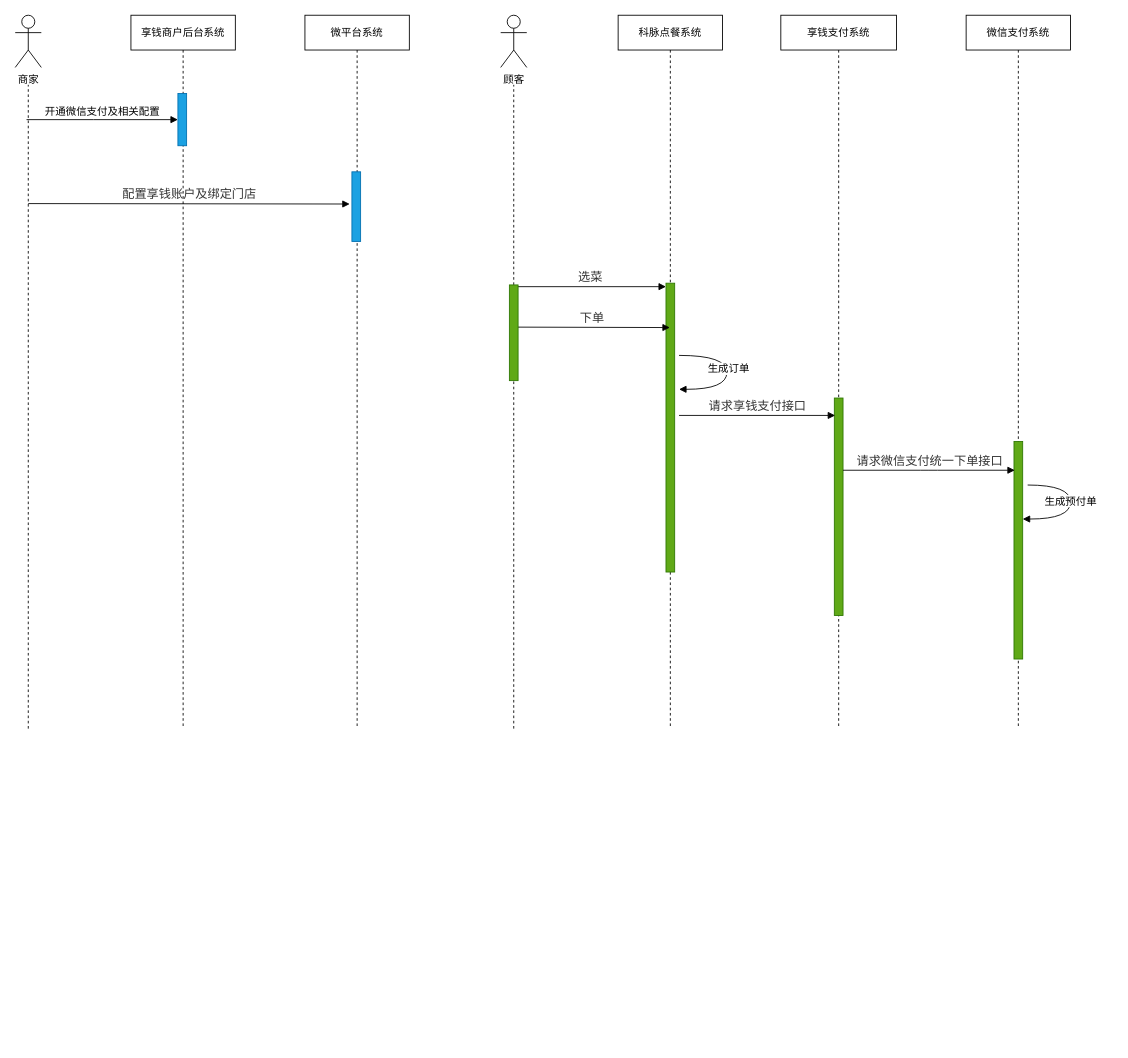
Above: Kemai/享钱支付顺序图.drawio in noobwu/diagrams (draw.io), before the change. Source tidied: cells renumbered, new cells numbered last; positions are measured from the earlier drawing's top-left corner, leaving out a move shared by most shapes. Both pictures are drawn from the tidied source at 87%, with x=0, y=0 at pixel (15, 15).
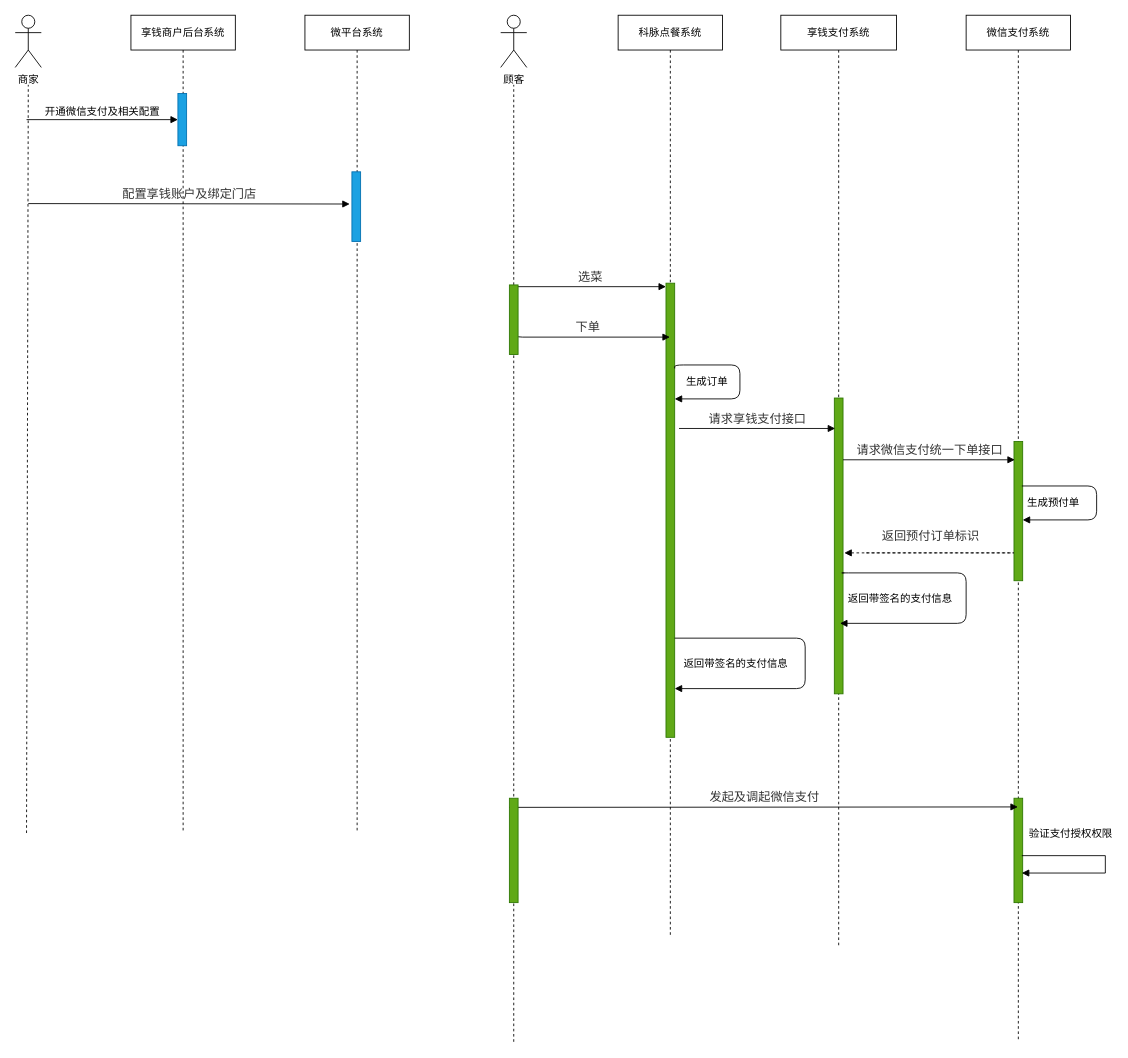
Above is the later version.

Commit message (it also covers changes not shown here):
更新享钱支付顺序图.drawio

Diff of the diagram source:
```diff
@@
     <mxCell id="4" value="科脉点餐系统" style="shape=umlLifeline;perimeter=lifelinePerimeter;whiteSpace=wrap;html=1;outlineConnect=0;" parent="1" vertex="1">
-      <mxGeometry x="693" width="120" height="820" as="geometry" />
+      <mxGeometry x="693" width="120" height="1060" as="geometry" />
     </mxCell>
     <mxCell id="5" style="html=1;points=[];perimeter=orthogonalPerimeter;fillColor=#60a917;strokeColor=#2D7600;fontColor=#ffffff;" parent="4" vertex="1">
-      <mxGeometry x="55" y="308" width="10" height="332" as="geometry" />
+      <mxGeometry x="55" y="308" width="10" height="522" as="geometry" />
     </mxCell>
+    <mxCell id="26" value="返回带签名的支付信息" style="html=1;verticalAlign=bottom;endArrow=block;labelBackgroundColor=#ffffff;fontFamily=Verdana;fontSize=12;elbow=vertical;edgeStyle=orthogonalEdgeStyle;rounded=1;" parent="4" edge="1">
+      <mxGeometry x="0.61" y="-19" relative="1" as="geometry">
+        <mxPoint x="65" y="716" as="sourcePoint" />
+        <mxPoint x="65" y="774" as="targetPoint" />
+        <Array as="points">
+          <mxPoint x="65" y="716" />
+          <mxPoint x="215" y="716" />
+          <mxPoint x="215" y="774" />
+        </Array>
+      </mxGeometry>
+    </mxCell>
+    <mxCell id="27" value="&amp;nbsp;生成订单" style="html=1;verticalAlign=bottom;endArrow=block;labelBackgroundColor=#ffffff;fontFamily=Verdana;fontSize=12;elbow=vertical;edgeStyle=orthogonalEdgeStyle;exitX=1;exitY=0.205;exitDx=0;exitDy=0;exitPerimeter=0;entryX=1;entryY=0.272;entryDx=0;entryDy=0;entryPerimeter=0;rounded=1;" parent="4" edge="1">
+      <mxGeometry x="0.64" y="-11" relative="1" as="geometry">
+        <mxPoint x="65" y="406" as="sourcePoint" />
+        <mxPoint x="65" y="441" as="targetPoint" />
+        <Array as="points">
+          <mxPoint x="65" y="402" />
+          <mxPoint x="140" y="402" />
+          <mxPoint x="140" y="441" />
+        </Array>
+      </mxGeometry>
+    </mxCell>
     <mxCell id="6" value="微平台系统" style="shape=umlLifeline;perimeter=lifelinePerimeter;whiteSpace=wrap;html=1;" parent="1" vertex="1">
-      <mxGeometry x="333" width="120" height="820" as="geometry" />
+      <mxGeometry x="333" width="120" height="940" as="geometry" />
     </mxCell>
@@
     <mxCell id="8" value="享钱商户后台系统" style="shape=umlLifeline;perimeter=lifelinePerimeter;whiteSpace=wrap;html=1;" parent="1" vertex="1">
-      <mxGeometry x="133" width="120" height="820" as="geometry" />
+      <mxGeometry x="133" width="120" height="940" as="geometry" />
     </mxCell>
@@
     <mxCell id="10" style="endArrow=none;dashed=1;html=1;" parent="1" edge="1">
       <mxGeometry relative="1" as="geometry">
-        <mxPoint x="15" y="820" as="sourcePoint" />
+        <mxPoint x="13" y="940" as="sourcePoint" />
         <mxPoint x="15" y="80" as="targetPoint" />
       </mxGeometry>
     </mxCell>
@@
     <mxCell id="15" value="&lt;div style=&quot;text-align: left&quot;&gt;&lt;font color=&quot;#333333&quot;&gt;&lt;span style=&quot;font-size: 14px&quot;&gt;下单&lt;/span&gt;&lt;/font&gt;&lt;/div&gt;" style="html=1;verticalAlign=bottom;endArrow=block;labelBackgroundColor=none;fontFamily=Verdana;fontSize=12;edgeStyle=elbowEdgeStyle;elbow=vertical;" parent="1" edge="1" target="4">
       <mxGeometry relative="1" as="geometry">
         <mxPoint x="573" y="358.5" as="sourcePoint" />
+        <Array as="points">
+          <mxPoint x="653" y="370" />
+        </Array>
       </mxGeometry>
     </mxCell>
     <mxCell id="16" style="html=1;points=[];perimeter=orthogonalPerimeter;fillColor=#60a917;strokeColor=#2D7600;fontColor=#ffffff;" parent="1" vertex="1">
-      <mxGeometry x="568" y="310" width="10" height="110" as="geometry" />
+      <mxGeometry x="568" y="310" width="10" height="80" as="geometry" />
     </mxCell>
     <mxCell id="17" style="endArrow=none;dashed=1;html=1;" parent="1" edge="1" target="16">
       <mxGeometry relative="1" as="geometry">
-        <mxPoint x="573" y="820" as="sourcePoint" />
+        <mxPoint x="573" y="1180" as="sourcePoint" />
       </mxGeometry>
     </mxCell>
     <mxCell id="18" value="微信支付系统" style="shape=umlLifeline;perimeter=lifelinePerimeter;whiteSpace=wrap;html=1;outlineConnect=0;" parent="1" vertex="1">
-      <mxGeometry x="1093" width="120" height="820" as="geometry" />
+      <mxGeometry x="1093" width="120" height="1180" as="geometry" />
     </mxCell>
     <mxCell id="19" style="html=1;points=[];perimeter=orthogonalPerimeter;fillColor=#60a917;strokeColor=#2D7600;fontColor=#ffffff;" parent="18" vertex="1">
-      <mxGeometry x="55" y="490" width="10" height="250" as="geometry" />
+      <mxGeometry x="55" y="490" width="10" height="160" as="geometry" />
     </mxCell>
+    <mxCell id="28" style="html=1;perimeter=orthogonalPerimeter;fillColor=#60a917;strokeColor=#2D7600;fontColor=#ffffff;" parent="18" vertex="1">
+      <mxGeometry x="55" y="900" width="10" height="120" as="geometry" />
+    </mxCell>
+    <mxCell id="29" value="验证支付授权权限" style="html=1;verticalAlign=bottom;endArrow=block;labelBackgroundColor=#ffffff;fontFamily=Verdana;fontSize=12;elbow=vertical;edgeStyle=orthogonalEdgeStyle;rounded=0;" parent="18" edge="1">
+      <mxGeometry x="-0.47" y="16" relative="1" as="geometry">
+        <mxPoint x="64" y="966" as="sourcePoint" />
+        <mxPoint x="64" y="986" as="targetPoint" />
+        <Array as="points">
+          <mxPoint x="160" y="966" />
+          <mxPoint x="160" y="986" />
+        </Array>
+      </mxGeometry>
+    </mxCell>
     <mxCell id="20" value="享钱支付系统" style="shape=umlLifeline;perimeter=lifelinePerimeter;whiteSpace=wrap;html=1;" parent="1" vertex="1">
-      <mxGeometry x="880" width="133" height="820" as="geometry" />
+      <mxGeometry x="880" width="133" height="1070" as="geometry" />
     </mxCell>
     <mxCell id="21" style="html=1;points=[];perimeter=orthogonalPerimeter;fillColor=#60a917;strokeColor=#2D7600;fontColor=#ffffff;" parent="20" vertex="1">
-      <mxGeometry x="61.5" y="440" width="10" height="250" as="geometry" />
+      <mxGeometry x="61.5" y="440" width="10" height="340" as="geometry" />
     </mxCell>
-    <mxCell id="22" value="生成预付单" style="html=1;verticalAlign=bottom;endArrow=block;labelBackgroundColor=#ffffff;fontFamily=Verdana;fontSize=12;elbow=vertical;edgeStyle=orthogonalEdgeStyle;curved=1;exitX=1.066;exitY=0.713;exitPerimeter=0;" parent="1" edge="1">
-      <mxGeometry x="0.07" relative="1" as="geometry">
-        <mxPoint x="1163.7" y="540" as="sourcePoint" />
-        <mxPoint x="1158" y="579.1" as="targetPoint" />
+    <mxCell id="22" value="生成预付单" style="html=1;verticalAlign=bottom;endArrow=block;labelBackgroundColor=#ffffff;fontFamily=Verdana;fontSize=12;elbow=vertical;edgeStyle=orthogonalEdgeStyle;exitX=0.9;exitY=0.313;exitPerimeter=0;rounded=1;exitDx=0;exitDy=0;" parent="1" edge="1">
+      <mxGeometry x="0.67" y="-10" relative="1" as="geometry">
+        <mxPoint x="1157" y="541.1" as="sourcePoint" />
+        <mxPoint x="1158" y="580.1" as="targetPoint" />
         <Array as="points">
-          <mxPoint x="1213" y="540.1" />
-          <mxPoint x="1213" y="579.1" />
+          <mxPoint x="1243" y="541" />
+          <mxPoint x="1243" y="580" />
         </Array>
       </mxGeometry>
     </mxCell>
     <mxCell id="23" value="&lt;div style=&quot;text-align: left&quot;&gt;&lt;font color=&quot;#333333&quot;&gt;&lt;span style=&quot;font-size: 14px&quot;&gt;请求享钱支付接口&lt;/span&gt;&lt;/font&gt;&lt;/div&gt;" style="html=1;verticalAlign=bottom;endArrow=block;labelBackgroundColor=none;fontFamily=Verdana;fontSize=12;edgeStyle=elbowEdgeStyle;elbow=vertical;" parent="1" edge="1">
       <mxGeometry relative="1" as="geometry">
-        <mxPoint x="763" y="460" as="sourcePoint" />
-        <mxPoint x="942.5" y="460.5" as="targetPoint" />
+        <mxPoint x="763" y="475" as="sourcePoint" />
+        <mxPoint x="942.5" y="475.5" as="targetPoint" />
       </mxGeometry>
     </mxCell>
@@
-    <mxCell id="25" value="&amp;nbsp;生成订单" style="html=1;verticalAlign=bottom;endArrow=block;labelBackgroundColor=#ffffff;fontFamily=Verdana;fontSize=12;elbow=vertical;edgeStyle=orthogonalEdgeStyle;curved=1;exitX=1.5;exitY=0.25;exitPerimeter=0;exitDx=0;exitDy=0;" parent="1" edge="1" source="5">
-      <mxGeometry x="0.07" relative="1" as="geometry">
-        <mxPoint x="763" y="430" as="targetPoint" />
+    <mxCell id="25" value="返回带签名的支付信息" style="html=1;verticalAlign=bottom;endArrow=block;labelBackgroundColor=#ffffff;fontFamily=Verdana;fontSize=12;elbow=vertical;edgeStyle=orthogonalEdgeStyle;rounded=1;" parent="1" edge="1">
+      <mxGeometry x="0.61" y="-19" relative="1" as="geometry">
+        <mxPoint x="953" y="641" as="sourcePoint" />
+        <mxPoint x="948" y="699" as="targetPoint" />
         <Array as="points">
-          <mxPoint x="818" y="391" />
-          <mxPoint x="818" y="430" />
+          <mxPoint x="948" y="641" />
+          <mxPoint x="1093" y="641" />
+          <mxPoint x="1093" y="699" />
         </Array>
       </mxGeometry>
     </mxCell>
+    <mxCell id="30" value="&lt;div style=&quot;text-align: left&quot;&gt;&lt;font color=&quot;#333333&quot;&gt;&lt;span style=&quot;font-size: 14px&quot;&gt;返回预付订单标识&lt;/span&gt;&lt;/font&gt;&lt;/div&gt;" style="html=1;verticalAlign=bottom;endArrow=block;labelBackgroundColor=none;fontFamily=Verdana;fontSize=12;edgeStyle=elbowEdgeStyle;elbow=vertical;dashed=1;" parent="1" edge="1">
+      <mxGeometry x="0.47" y="-8" relative="1" as="geometry">
+        <mxPoint x="978" y="618" as="sourcePoint" />
+        <mxPoint x="953" y="618" as="targetPoint" />
+        <Array as="points">
+          <mxPoint x="1153" y="618" />
+        </Array>
+      </mxGeometry>
+    </mxCell>
+    <mxCell id="31" value="&lt;div style=&quot;text-align: left&quot;&gt;&lt;font color=&quot;#333333&quot;&gt;&lt;span style=&quot;font-size: 14px&quot;&gt;发起及调起微信支付&lt;/span&gt;&lt;/font&gt;&lt;/div&gt;" style="html=1;verticalAlign=bottom;endArrow=block;labelBackgroundColor=none;fontFamily=Verdana;fontSize=12;edgeStyle=elbowEdgeStyle;elbow=vertical;" parent="1" edge="1" target="18">
+      <mxGeometry relative="1" as="geometry">
+        <mxPoint x="568" y="910.5" as="sourcePoint" />
+        <Array as="points">
+          <mxPoint x="648" y="910" />
+        </Array>
+      </mxGeometry>
+    </mxCell>
+    <mxCell id="32" style="html=1;perimeter=orthogonalPerimeter;fillColor=#60a917;strokeColor=#2D7600;fontColor=#ffffff;" parent="1" vertex="1">
+      <mxGeometry x="568" y="900" width="10" height="120" as="geometry" />
+    </mxCell>
```
